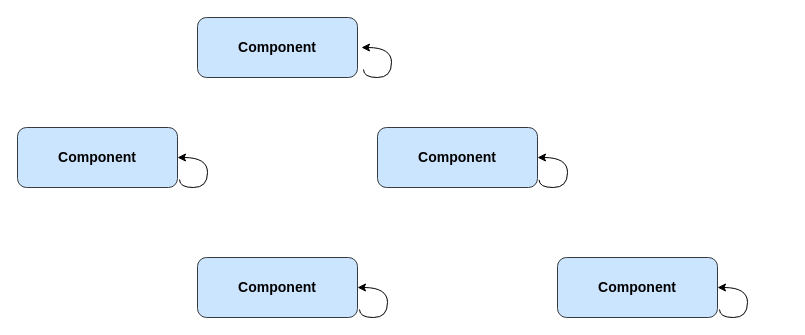
Mixer27/charts keeps this draw.io diagram as ReactFlowChart.drawio. Above is the earlier version. Source tidied: cells renumbered, new cells numbered last; positions are measured from the earlier drawing's top-left corner, leaving out a move shared by most shapes. Both pictures are drawn from the tidied source at 100%, with x=0, y=0 at pixel (17, 17).
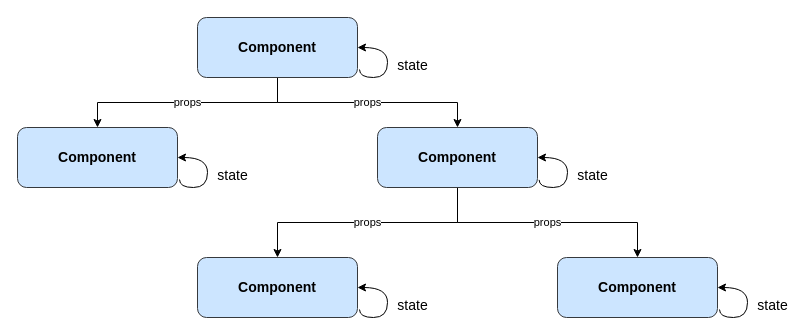
The same page after the edit.

Unchanged cells that the change refers to:
```xml
<mxCell id="2" value="&lt;h3&gt;Component&lt;/h3&gt;" style="rounded=1;whiteSpace=wrap;html=1;align=center;fillColor=#cce5ff;strokeColor=#36393d;" parent="1" vertex="1">
  <mxGeometry x="180" width="160" height="60" as="geometry" />
</mxCell>
<mxCell id="3" value="&lt;h3&gt;Component&lt;/h3&gt;" style="rounded=1;whiteSpace=wrap;html=1;align=center;fillColor=#cce5ff;strokeColor=#36393d;" parent="1" vertex="1">
  <mxGeometry y="110" width="160" height="60" as="geometry" />
</mxCell>
<mxCell id="4" value="&lt;h3&gt;Component&lt;/h3&gt;" style="rounded=1;whiteSpace=wrap;html=1;align=center;fillColor=#cce5ff;strokeColor=#36393d;" parent="1" vertex="1">
  <mxGeometry x="360" y="110" width="160" height="60" as="geometry" />
</mxCell>
<mxCell id="5" value="&lt;h3&gt;Component&lt;/h3&gt;" style="rounded=1;whiteSpace=wrap;html=1;align=center;fillColor=#cce5ff;strokeColor=#36393d;" parent="1" vertex="1">
  <mxGeometry x="540" y="240" width="160" height="60" as="geometry" />
</mxCell>
<mxCell id="6" value="&lt;h3&gt;Component&lt;/h3&gt;" style="rounded=1;whiteSpace=wrap;html=1;align=center;fillColor=#cce5ff;strokeColor=#36393d;" parent="1" vertex="1">
  <mxGeometry x="180" y="240" width="160" height="60" as="geometry" />
</mxCell>
```

The edit, as a diff of the source:
```diff
@@
+    <mxCell id="12" value="props" style="edgeStyle=orthogonalEdgeStyle;rounded=0;jettySize=auto;html=1;exitX=0.5;exitY=1;exitDx=0;exitDy=0;" parent="1" edge="1" source="2" target="3">
+      <mxGeometry relative="1" as="geometry" />
+    </mxCell>
+    <mxCell id="13" value="props" style="edgeStyle=orthogonalEdgeStyle;rounded=0;jettySize=auto;html=1;exitX=0.5;exitY=1;exitDx=0;exitDy=0;" parent="1" edge="1" source="2" target="4">
+      <mxGeometry relative="1" as="geometry" />
+    </mxCell>
@@
+    <mxCell id="14" value="props" style="edgeStyle=orthogonalEdgeStyle;rounded=0;jettySize=auto;html=1;exitX=0.5;exitY=1;exitDx=0;exitDy=0;entryX=0.5;entryY=0;entryDx=0;entryDy=0;" parent="1" edge="1" source="4" target="6">
+      <mxGeometry relative="1" as="geometry" />
+    </mxCell>
+    <mxCell id="15" value="props" style="edgeStyle=orthogonalEdgeStyle;rounded=0;jettySize=auto;html=1;exitX=0.5;exitY=1;exitDx=0;exitDy=0;entryX=0.5;entryY=0;entryDx=0;entryDy=0;" parent="1" edge="1" source="4" target="5">
+      <mxGeometry relative="1" as="geometry" />
+    </mxCell>
@@
-    <mxCell id="7" style="endArrow=classic;html=1;rounded=0;edgeStyle=orthogonalEdgeStyle;strokeColor=default;curved=1;entryX=1;entryY=0.5;entryDx=0;entryDy=0;exitX=1.01;exitY=0.873;exitDx=0;exitDy=0;exitPerimeter=0;" parent="1" edge="1" source="4" target="4">
+    <mxCell id="7" value="state" style="endArrow=classic;rounded=0;edgeStyle=orthogonalEdgeStyle;strokeColor=default;curved=1;entryX=1;entryY=0.5;entryDx=0;entryDy=0;exitX=1.01;exitY=0.873;exitDx=0;exitDy=0;exitPerimeter=0;html=1;labelBackgroundColor=none;spacingLeft=50;fontSize=14;" parent="1" edge="1" source="4" target="4">
       <mxGeometry relative="1" as="geometry">
         <Array as="points">
           <mxPoint x="522" y="170" />
           <mxPoint x="550" y="170" />
           <mxPoint x="550" y="140" />
         </Array>
       </mxGeometry>
     </mxCell>
-    <mxCell id="8" style="endArrow=classic;html=1;rounded=0;edgeStyle=orthogonalEdgeStyle;strokeColor=default;curved=1;entryX=1;entryY=0.5;entryDx=0;entryDy=0;exitX=1.01;exitY=0.873;exitDx=0;exitDy=0;exitPerimeter=0;" parent="1" edge="1">
-      <mxGeometry relative="1" as="geometry">
-        <mxPoint x="162" y="162" as="sourcePoint" />
-        <mxPoint x="160" y="140" as="targetPoint" />
-        <Array as="points">
-          <mxPoint x="162" y="170" />
-          <mxPoint x="190" y="170" />
-          <mxPoint x="190" y="140" />
-        </Array>
-      </mxGeometry>
-    </mxCell>
-    <mxCell id="9" style="endArrow=classic;html=1;rounded=0;edgeStyle=orthogonalEdgeStyle;strokeColor=default;curved=1;entryX=1;entryY=0.5;entryDx=0;entryDy=0;exitX=1.01;exitY=0.873;exitDx=0;exitDy=0;exitPerimeter=0;" parent="1" edge="1">
-      <mxGeometry relative="1" as="geometry">
-        <mxPoint x="702" y="292" as="sourcePoint" />
-        <mxPoint x="700" y="270" as="targetPoint" />
-        <Array as="points">
-          <mxPoint x="702" y="300" />
-          <mxPoint x="730" y="300" />
-          <mxPoint x="730" y="270" />
-        </Array>
-      </mxGeometry>
-    </mxCell>
-    <mxCell id="10" style="endArrow=classic;html=1;rounded=0;edgeStyle=orthogonalEdgeStyle;strokeColor=default;curved=1;entryX=1;entryY=0.5;entryDx=0;entryDy=0;exitX=1.01;exitY=0.873;exitDx=0;exitDy=0;exitPerimeter=0;" parent="1" edge="1">
-      <mxGeometry relative="1" as="geometry">
-        <mxPoint x="342" y="292" as="sourcePoint" />
-        <mxPoint x="340" y="270" as="targetPoint" />
-        <Array as="points">
-          <mxPoint x="342" y="300" />
-          <mxPoint x="370" y="300" />
-          <mxPoint x="370" y="270" />
-        </Array>
-      </mxGeometry>
-    </mxCell>
-    <mxCell id="11" style="endArrow=classic;html=1;rounded=0;edgeStyle=orthogonalEdgeStyle;strokeColor=default;curved=1;entryX=1;entryY=0.5;entryDx=0;entryDy=0;exitX=1.01;exitY=0.873;exitDx=0;exitDy=0;exitPerimeter=0;" parent="1" edge="1">
-      <mxGeometry relative="1" as="geometry">
-        <mxPoint x="346" y="52" as="sourcePoint" />
-        <mxPoint x="344" y="30" as="targetPoint" />
-        <Array as="points">
-          <mxPoint x="346" y="60" />
-          <mxPoint x="374" y="60" />
-          <mxPoint x="374" y="30" />
-        </Array>
-      </mxGeometry>
-    </mxCell>
+    <mxCell id="16" value="state" style="endArrow=classic;rounded=0;edgeStyle=orthogonalEdgeStyle;strokeColor=default;curved=1;entryX=1;entryY=0.5;entryDx=0;entryDy=0;exitX=1.01;exitY=0.873;exitDx=0;exitDy=0;exitPerimeter=0;html=1;labelBackgroundColor=none;spacingLeft=50;fontSize=14;" parent="1" edge="1">
+      <mxGeometry relative="1" as="geometry">
+        <mxPoint x="342" y="52" as="sourcePoint" />
+        <mxPoint x="340" y="30" as="targetPoint" />
+        <Array as="points">
+          <mxPoint x="342" y="60" />
+          <mxPoint x="370" y="60" />
+          <mxPoint x="370" y="30" />
+        </Array>
+      </mxGeometry>
+    </mxCell>
+    <mxCell id="17" value="state" style="endArrow=classic;rounded=0;edgeStyle=orthogonalEdgeStyle;strokeColor=default;curved=1;entryX=1;entryY=0.5;entryDx=0;entryDy=0;exitX=1.01;exitY=0.873;exitDx=0;exitDy=0;exitPerimeter=0;html=1;labelBackgroundColor=none;spacingLeft=50;fontSize=14;" parent="1" edge="1">
+      <mxGeometry relative="1" as="geometry">
+        <mxPoint x="162" y="162" as="sourcePoint" />
+        <mxPoint x="160" y="140" as="targetPoint" />
+        <Array as="points">
+          <mxPoint x="162" y="170" />
+          <mxPoint x="190" y="170" />
+          <mxPoint x="190" y="140" />
+        </Array>
+      </mxGeometry>
+    </mxCell>
+    <mxCell id="18" value="state" style="endArrow=classic;rounded=0;edgeStyle=orthogonalEdgeStyle;strokeColor=default;curved=1;entryX=1;entryY=0.5;entryDx=0;entryDy=0;exitX=1.01;exitY=0.873;exitDx=0;exitDy=0;exitPerimeter=0;html=1;labelBackgroundColor=none;spacingLeft=50;fontSize=14;" parent="1" edge="1">
+      <mxGeometry relative="1" as="geometry">
+        <mxPoint x="342" y="292" as="sourcePoint" />
+        <mxPoint x="340" y="270" as="targetPoint" />
+        <Array as="points">
+          <mxPoint x="342" y="300" />
+          <mxPoint x="370" y="300" />
+          <mxPoint x="370" y="270" />
+        </Array>
+      </mxGeometry>
+    </mxCell>
+    <mxCell id="19" value="state" style="endArrow=classic;rounded=0;edgeStyle=orthogonalEdgeStyle;strokeColor=default;curved=1;entryX=1;entryY=0.5;entryDx=0;entryDy=0;exitX=1.01;exitY=0.873;exitDx=0;exitDy=0;exitPerimeter=0;html=1;labelBackgroundColor=none;spacingLeft=50;fontSize=14;" parent="1" edge="1">
+      <mxGeometry relative="1" as="geometry">
+        <mxPoint x="702" y="292" as="sourcePoint" />
+        <mxPoint x="700" y="270" as="targetPoint" />
+        <Array as="points">
+          <mxPoint x="702" y="300" />
+          <mxPoint x="730" y="300" />
+          <mxPoint x="730" y="270" />
+        </Array>
+      </mxGeometry>
+    </mxCell>
```
